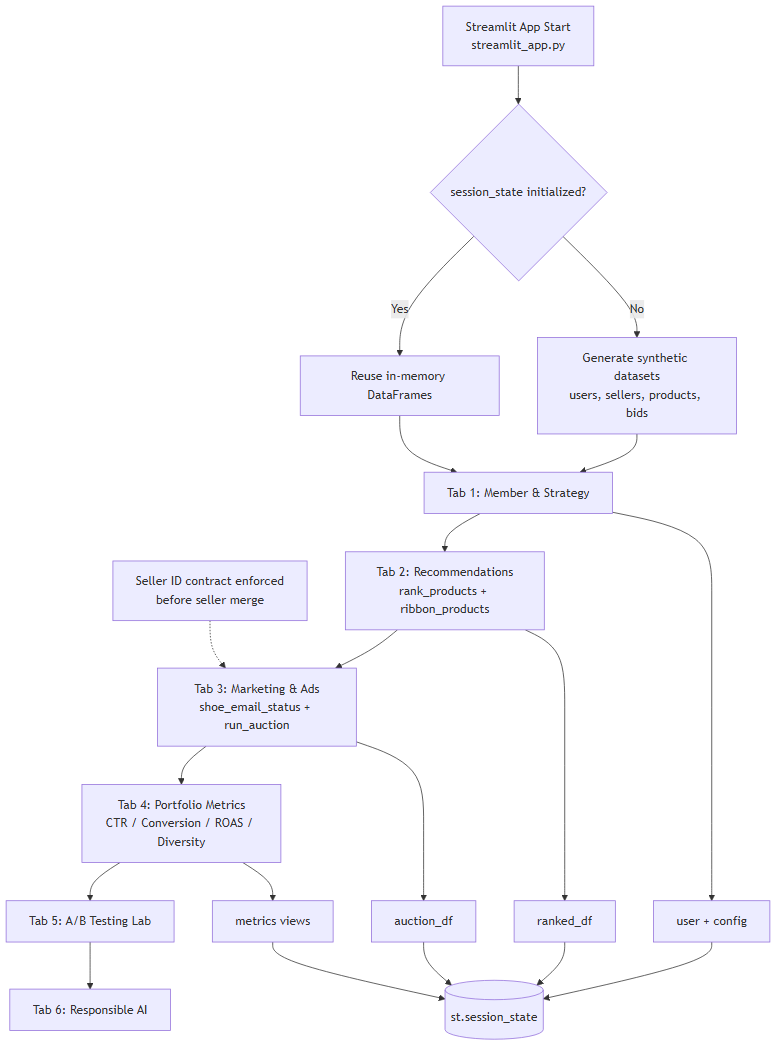
bharat2476/blank-app keeps this Mermaid diagram as architecture diagram.png. Above is the earlier version. Its source is kept beside it as architecture diagram.mmd.
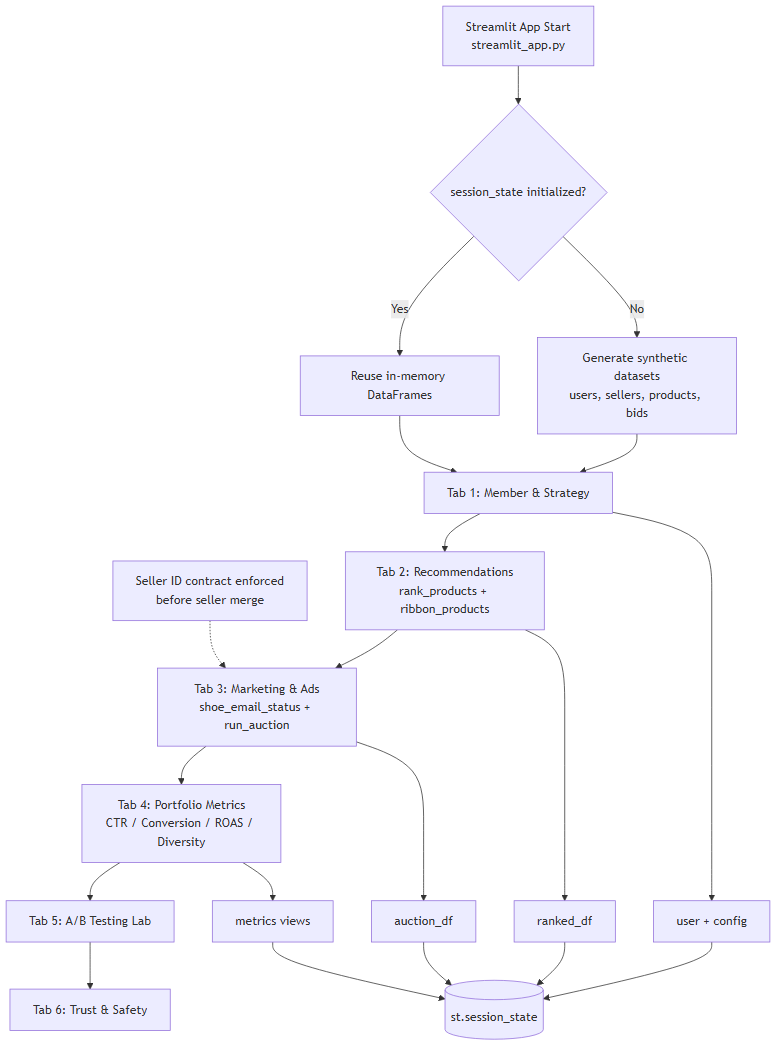
Above is the later version.

Diff of the diagram source:
```diff
@@ -9,7 +9,7 @@
     E2 --> E3[Tab 3: Marketing & Ads<br/>shoe_email_status + run_auction]
     E3 --> E4[Tab 4: Portfolio Metrics<br/>CTR / Conversion / ROAS / Diversity]
     E4 --> E5[Tab 5: A/B Testing Lab]
-    E5 --> E6[Tab 6: Responsible AI]
+    E5 --> E6[Tab 6: Trust & Safety]
 
     E1 --> S1[user + config]
     E2 --> S2[ranked_df]
```
